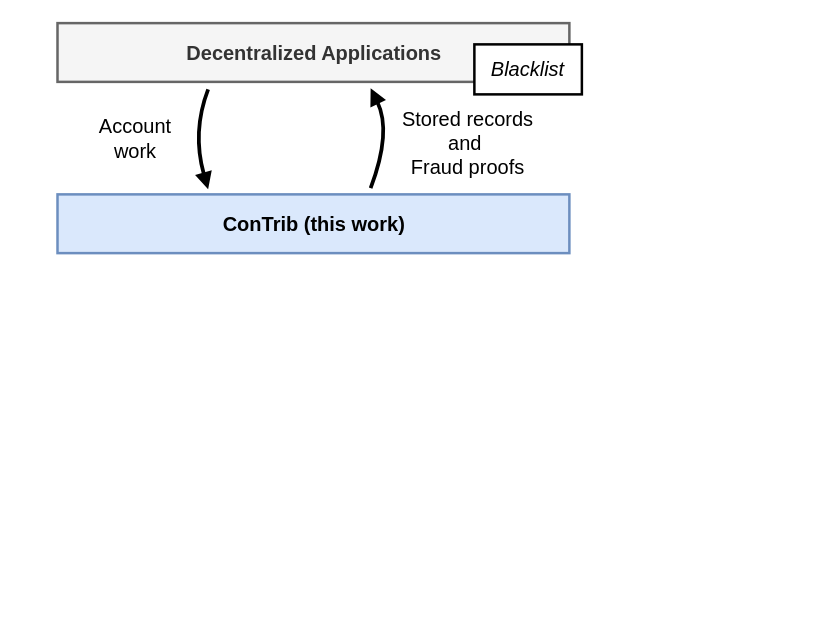
Before: trustchain/assets/contrib_app_interaction.drawio in devos50/phd-thesis, a draw.io diagram. Source tidied: cells renumbered, new cells numbered last; positions are measured from the earlier drawing's top-left corner, leaving out a move shared by most shapes. Both pictures are drawn from the tidied source at 125%, with x=0, y=0 at pixel (56, 22).
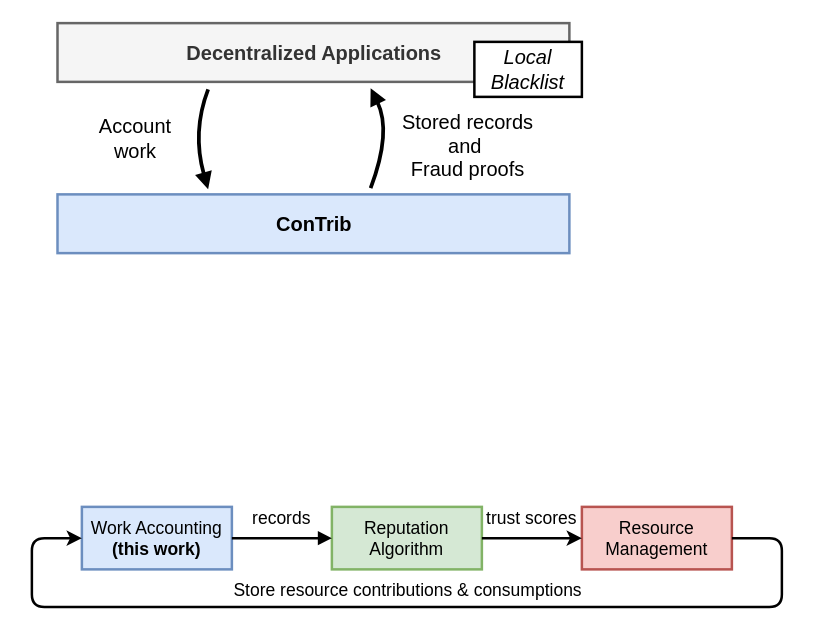
The same diagram, later.

Diff of the diagram source:
```diff
@@
-    <mxCell id="3" value="&lt;b style=&quot;font-size: 16px&quot;&gt;ConTrib (this work)&lt;/b&gt;" style="rounded=0;whiteSpace=wrap;html=1;strokeColor=#6c8ebf;strokeWidth=2;fontSize=16;fillColor=#dae8fc;" parent="1" vertex="1">
+    <mxCell id="3" value="&lt;b style=&quot;font-size: 16px&quot;&gt;ConTrib&lt;/b&gt;" style="rounded=0;whiteSpace=wrap;html=1;strokeColor=#6c8ebf;strokeWidth=2;fontSize=16;fillColor=#dae8fc;" parent="1" vertex="1">
       <mxGeometry x="0.5" y="137" width="409.5" height="47" as="geometry" />
     </mxCell>
-    <mxCell id="4" value="&lt;i&gt;Blacklist&lt;/i&gt;" style="rounded=0;whiteSpace=wrap;html=1;fontSize=16;align=center;strokeWidth=2;" parent="1" vertex="1">
-      <mxGeometry x="334" y="17" width="86" height="40" as="geometry" />
+    <mxCell id="4" value="&lt;i&gt;Local&lt;br&gt;Blacklist&lt;/i&gt;" style="rounded=0;whiteSpace=wrap;html=1;fontSize=16;align=center;strokeWidth=2;" parent="1" vertex="1">
+      <mxGeometry x="334" y="15" width="86" height="44" as="geometry" />
     </mxCell>
@@
     <mxCell id="8" value="Stored records&lt;br&gt;and&amp;nbsp;&lt;br&gt;Fraud&amp;nbsp;proofs" style="text;html=1;strokeColor=none;fillColor=none;align=center;verticalAlign=middle;whiteSpace=wrap;rounded=0;fontSize=16;" parent="1" vertex="1">
-      <mxGeometry x="264" y="61" width="130" height="70" as="geometry" />
+      <mxGeometry x="264" y="63" width="130" height="70" as="geometry" />
     </mxCell>
+    <mxCell id="9" value="Work Accounting&lt;br style=&quot;font-size: 14px&quot;&gt;&lt;b&gt;(this work)&lt;/b&gt;" style="rounded=0;whiteSpace=wrap;html=1;fillColor=#dae8fc;strokeColor=#6c8ebf;strokeWidth=2;fontSize=14;" parent="1" vertex="1">
+      <mxGeometry x="20" y="387" width="120" height="50" as="geometry" />
+    </mxCell>
+    <mxCell id="10" value="Reputation&lt;br&gt;Algorithm" style="rounded=0;whiteSpace=wrap;html=1;fillColor=#d5e8d4;strokeColor=#82b366;strokeWidth=2;fontSize=14;" parent="1" vertex="1">
+      <mxGeometry x="220" y="387" width="120" height="50" as="geometry" />
+    </mxCell>
+    <mxCell id="11" value="Resource&lt;br&gt;Management" style="rounded=0;whiteSpace=wrap;html=1;fillColor=#f8cecc;strokeColor=#b85450;strokeWidth=2;fontSize=14;" parent="1" vertex="1">
+      <mxGeometry x="420" y="387" width="120" height="50" as="geometry" />
+    </mxCell>
+    <mxCell id="12" style="endArrow=block;html=1;fontSize=14;strokeWidth=2;endFill=1;exitX=1;exitY=0.5;exitDx=0;exitDy=0;entryX=0;entryY=0.5;entryDx=0;entryDy=0;" parent="1" edge="1" source="9" target="10">
+      <mxGeometry relative="1" as="geometry" />
+    </mxCell>
+    <mxCell id="13" style="endArrow=classic;html=1;strokeWidth=2;fontSize=14;exitX=1;exitY=0.5;exitDx=0;exitDy=0;entryX=0;entryY=0.5;entryDx=0;entryDy=0;" parent="1" edge="1" source="10" target="11">
+      <mxGeometry relative="1" as="geometry" />
+    </mxCell>
+    <mxCell id="14" value="records" style="text;html=1;strokeColor=none;fillColor=none;align=center;verticalAlign=middle;whiteSpace=wrap;rounded=0;fontSize=14;" parent="1" vertex="1">
+      <mxGeometry x="150" y="386" width="60" height="20" as="geometry" />
+    </mxCell>
+    <mxCell id="15" value="trust scores" style="text;html=1;strokeColor=none;fillColor=none;align=center;verticalAlign=middle;whiteSpace=wrap;rounded=0;fontSize=14;" parent="1" vertex="1">
+      <mxGeometry x="340" y="386" width="80" height="20" as="geometry" />
+    </mxCell>
+    <mxCell id="16" style="endArrow=classic;html=1;strokeWidth=2;fontSize=14;exitX=1;exitY=0.5;exitDx=0;exitDy=0;entryX=0;entryY=0.5;entryDx=0;entryDy=0;" parent="1" edge="1" source="11" target="9">
+      <mxGeometry relative="1" as="geometry">
+        <Array as="points">
+          <mxPoint x="580" y="412" />
+          <mxPoint x="580" y="467" />
+          <mxPoint x="-20" y="467" />
+          <mxPoint x="-20" y="412" />
+        </Array>
+      </mxGeometry>
+    </mxCell>
+    <mxCell id="17" value="Store resource contributions &amp;amp; consumptions" style="text;html=1;strokeColor=none;fillColor=none;align=center;verticalAlign=middle;whiteSpace=wrap;rounded=0;fontSize=14;" parent="1" vertex="1">
+      <mxGeometry x="126" y="444" width="310" height="20" as="geometry" />
+    </mxCell>
```
